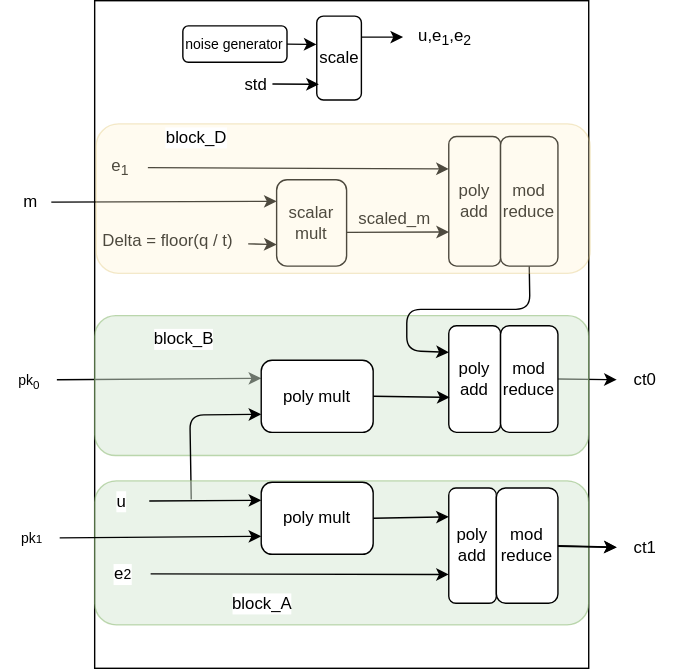
Before: fv_enc/doc/FV12_encryption.svg, a diagram exported from draw.io (my-openlab/projects). Source tidied: cells renumbered, new cells last; positions are measured from the earlier drawing's top-left corner, leaving out a move shared by most shapes.
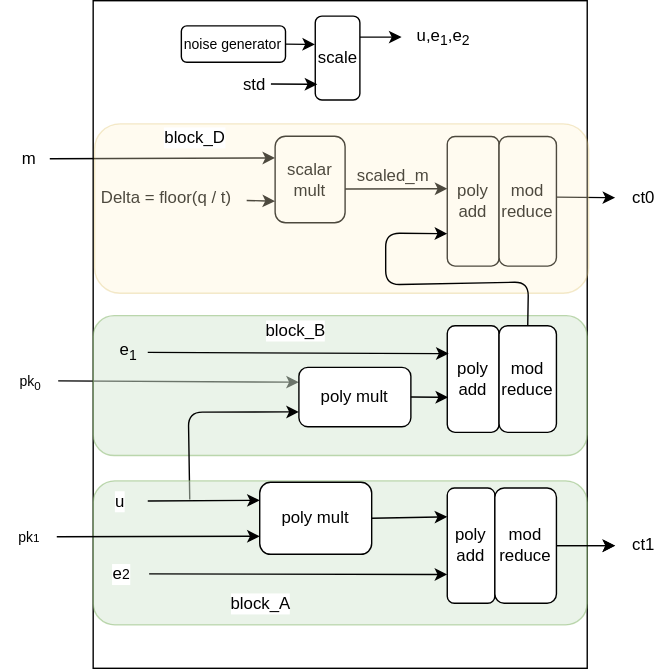
After the commit.

Commit message:
correct the pictorial representation of encryption

What changed in the source:
```diff
@@ -6,22 +6,24 @@
       <mxGeometry x="67" width="353" height="477" as="geometry" />
     </mxCell>
     <mxCell id="3" value="ct0" style="text;html=1;align=center;verticalAlign=middle;points=[];strokeColor=none;fillColor=none;" parent="1" vertex="1">
-      <mxGeometry x="440" y="256" width="40" height="30" as="geometry" />
+      <mxGeometry x="440" y="126" width="40" height="30" as="geometry" />
     </mxCell>
-    <mxCell id="4" style="edgeStyle=none;html=1;exitX=1;exitY=0.5;exitDx=0;exitDy=0;" parent="1" edge="1" source="25" target="3">
-      <mxGeometry relative="1" as="geometry" />
+    <mxCell id="4" style="edgeStyle=none;html=1;exitX=1;exitY=0.5;exitDx=0;exitDy=0;" parent="1" edge="1" target="3">
+      <mxGeometry relative="1" as="geometry">
+        <mxPoint x="398" y="140.3" as="sourcePoint" />
+      </mxGeometry>
     </mxCell>
     <mxCell id="5" style="endArrow=classic;html=1;entryX=0;entryY=0.25;entryDx=0;entryDy=0;" parent="1" edge="1" source="6" target="11">
       <mxGeometry relative="1" as="geometry" />
     </mxCell>
     <mxCell id="6" value="&lt;span style=&quot;font-size: 10px;&quot;&gt;pk&lt;sub&gt;0&lt;/sub&gt;&lt;/span&gt;" style="text;html=1;align=center;verticalAlign=middle;points=[];strokeColor=none;fillColor=none;" parent="1" vertex="1">
-      <mxGeometry y="256" width="40" height="30" as="geometry" />
+      <mxGeometry x="2" y="256.5" width="40" height="30" as="geometry" />
     </mxCell>
     <mxCell id="7" style="endArrow=classic;html=1;entryX=0;entryY=0.25;entryDx=0;entryDy=0;" parent="1" edge="1" source="8" target="15">
       <mxGeometry relative="1" as="geometry" />
     </mxCell>
     <mxCell id="8" value="m" style="text;html=1;align=center;verticalAlign=middle;points=[];strokeColor=none;fillColor=none;" parent="1" vertex="1">
-      <mxGeometry x="6" y="129" width="30" height="30" as="geometry" />
+      <mxGeometry x="6" y="98" width="30" height="30" as="geometry" />
     </mxCell>
     <mxCell id="9" style="rounded=1;whiteSpace=wrap;html=1;fillColor=#d5e8d4;fillStyle=auto;opacity=50;strokeColor=#82b366;" parent="1" vertex="1">
       <mxGeometry x="67" y="225" width="353" height="100" as="geometry" />
@@ -30,7 +32,7 @@
       <mxGeometry x="60" y="97" width="361" height="349" as="geometry" />
     </mxCell>
     <mxCell id="11" value="poly mult" style="rounded=1;whiteSpace=wrap;html=1;" parent="10" vertex="1">
-      <mxGeometry x="126" y="159.9" width="80" height="51.5" as="geometry" />
+      <mxGeometry x="154" y="165" width="80" height="42.4" as="geometry" />
     </mxCell>
     <mxCell id="12" value="poly add" style="rounded=1;whiteSpace=wrap;html=1;" parent="10" vertex="1">
       <mxGeometry x="260" y="135.2" width="37" height="76.2" as="geometry" />
@@ -42,42 +44,38 @@
       <mxGeometry relative="1" as="geometry">
         <mxPoint x="76" y="259.4" as="sourcePoint" />
         <Array as="points">
-          <mxPoint x="75" y="199" />
+          <mxPoint x="75" y="197" />
         </Array>
       </mxGeometry>
     </mxCell>
     <mxCell id="15" value="scalar mult" style="rounded=1;whiteSpace=wrap;html=1;" parent="10" vertex="1">
-      <mxGeometry x="137" y="30.9" width="50" height="61.8" as="geometry" />
+      <mxGeometry x="137" y="-0.1" width="50" height="61.8" as="geometry" />
     </mxCell>
     <mxCell id="16" style="endArrow=classic;html=1;entryX=0;entryY=0.75;entryDx=0;entryDy=0;exitX=1.015;exitY=0.557;exitDx=0;exitDy=0;exitPerimeter=0;" parent="10" edge="1" source="17" target="15">
       <mxGeometry relative="1" as="geometry" />
     </mxCell>
     <mxCell id="17" value="Delta = floor(q / t)" style="text;html=1;align=center;verticalAlign=middle;points=[];strokeColor=none;fillColor=none;" parent="10" vertex="1">
-      <mxGeometry x="3" y="61.7" width="112" height="27" as="geometry" />
+      <mxGeometry x="3" y="30.7" width="112" height="27" as="geometry" />
     </mxCell>
     <mxCell id="18" value="e&lt;sub&gt;1&lt;/sub&gt;" style="text;html=1;align=center;verticalAlign=middle;points=[];strokeColor=none;fillColor=none;" parent="10" vertex="1">
-      <mxGeometry x="5" y="7.2" width="40" height="30" as="geometry" />
+      <mxGeometry x="12" y="139" width="40" height="30" as="geometry" />
     </mxCell>
     <mxCell id="19" value="scaled_m" style="text;html=1;align=center;verticalAlign=middle;strokeColor=none;fillColor=none;" parent="10" vertex="1">
-      <mxGeometry x="185.5" y="44.3" width="70" height="30" as="geometry" />
+      <mxGeometry x="185.5" y="13.3" width="70" height="30" as="geometry" />
     </mxCell>
     <mxCell id="20" value="poly add" style="rounded=1;whiteSpace=wrap;html=1;" parent="10" vertex="1">
       <mxGeometry x="260" width="37" height="92.7" as="geometry" />
     </mxCell>
-    <mxCell id="21" style="edgeStyle=none;html=1;entryX=0.003;entryY=0.737;entryDx=0;entryDy=0;exitX=1;exitY=0.609;exitDx=0;exitDy=0;exitPerimeter=0;entryPerimeter=0;" parent="10" edge="1" source="15" target="20">
-      <mxGeometry relative="1" as="geometry" />
+    <mxCell id="21" style="edgeStyle=none;html=1;entryX=0.003;entryY=0.737;entryDx=0;entryDy=0;exitX=1;exitY=0.609;exitDx=0;exitDy=0;exitPerimeter=0;entryPerimeter=0;" parent="10" edge="1" source="15">
+      <mxGeometry relative="1" as="geometry">
+        <mxPoint x="260.1" y="37.3" as="targetPoint" />
+      </mxGeometry>
     </mxCell>
-    <mxCell id="22" style="edgeStyle=none;html=1;entryX=0;entryY=0.25;entryDx=0;entryDy=0;exitX=0.5;exitY=1;exitDx=0;exitDy=0;" parent="10" edge="1" source="24" target="12">
-      <mxGeometry relative="1" as="geometry">
-        <Array as="points">
-          <mxPoint x="318" y="123.5" />
-          <mxPoint x="230" y="123.5" />
-          <mxPoint x="230" y="153" />
-        </Array>
-      </mxGeometry>
-    </mxCell>
-    <mxCell id="23" style="endArrow=classic;html=1;entryX=0;entryY=0.25;entryDx=0;entryDy=0;" parent="10" edge="1" source="18" target="20">
-      <mxGeometry relative="1" as="geometry" />
+    <mxCell id="23" style="endArrow=classic;html=1;entryX=0;entryY=0.25;entryDx=0;entryDy=0;" parent="10" edge="1">
+      <mxGeometry relative="1" as="geometry">
+        <mxPoint x="46" y="154.3" as="sourcePoint" />
+        <mxPoint x="261" y="155.2" as="targetPoint" />
+      </mxGeometry>
     </mxCell>
     <mxCell id="24" value="mod reduce" style="rounded=1;whiteSpace=wrap;html=1;" parent="10" vertex="1">
       <mxGeometry x="297" width="41" height="92.7" as="geometry" />
@@ -118,10 +116,19 @@
       <mxGeometry x="97" y="318.1" width="60" height="30.9" as="geometry" />
     </mxCell>
     <mxCell id="36" style="rounded=1;whiteSpace=wrap;html=1;fillColor=#fff2cc;fillStyle=auto;strokeColor=#d6b656;opacity=30;" parent="10" vertex="1">
-      <mxGeometry x="8" y="-9" width="353" height="106.8" as="geometry" />
+      <mxGeometry x="8" y="-9" width="353" height="121" as="geometry" />
     </mxCell>
+    <mxCell id="52" style="edgeStyle=none;html=1;exitX=0.5;exitY=0;exitDx=0;exitDy=0;entryX=0;entryY=0.75;entryDx=0;entryDy=0;" parent="10" edge="1" source="25" target="20">
+      <mxGeometry relative="1" as="geometry">
+        <Array as="points">
+          <mxPoint x="318" y="104" />
+          <mxPoint x="216" y="106" />
+          <mxPoint x="216" y="69" />
+        </Array>
+      </mxGeometry>
+    </mxCell>
     <mxCell id="37" value="ct1" style="text;html=1;align=center;verticalAlign=middle;points=[];strokeColor=none;fillColor=none;" parent="1" vertex="1">
-      <mxGeometry x="440" y="376" width="40" height="30" as="geometry" />
+      <mxGeometry x="440" y="374.4" width="40" height="30" as="geometry" />
     </mxCell>
     <mxCell id="38" style="edgeStyle=none;html=1;exitX=1;exitY=0.5;exitDx=0;exitDy=0;" parent="1" edge="1" source="34" target="37">
       <mxGeometry relative="1" as="geometry" />
@@ -130,7 +137,7 @@
       <mxGeometry relative="1" as="geometry" />
     </mxCell>
     <mxCell id="40" value="&lt;span style=&quot;font-size: 10px;&quot;&gt;pk&lt;/span&gt;&lt;span style=&quot;font-size: 8.33333px;&quot;&gt;1&lt;/span&gt;" style="text;html=1;align=center;verticalAlign=middle;points=[];strokeColor=none;fillColor=none;" parent="1" vertex="1">
-      <mxGeometry x="2" y="369" width="40" height="30" as="geometry" />
+      <mxGeometry x="1" y="368" width="40" height="30" as="geometry" />
     </mxCell>
     <mxCell id="41" style="edgeStyle=none;html=1;" parent="1" edge="1" source="34" target="37">
       <mxGeometry relative="1" as="geometry" />
@@ -160,7 +167,7 @@
       <mxGeometry relative="1" as="geometry" />
     </mxCell>
     <mxCell id="50" value="block_B" style="text;html=1;strokeColor=none;fillColor=none;align=center;verticalAlign=middle;whiteSpace=wrap;rounded=0;labelBackgroundColor=#FFFFFF;fillStyle=hatch;" parent="1" vertex="1">
-      <mxGeometry x="101" y="227" width="60" height="30" as="geometry" />
+      <mxGeometry x="182" y="221" width="60" height="30" as="geometry" />
     </mxCell>
     <mxCell id="51" value="block_D" style="text;html=1;strokeColor=none;fillColor=none;align=center;verticalAlign=middle;whiteSpace=wrap;rounded=0;labelBackgroundColor=#FFFFFF;fillStyle=hatch;" parent="1" vertex="1">
       <mxGeometry x="110" y="83" width="60" height="30.9" as="geometry" />
```
